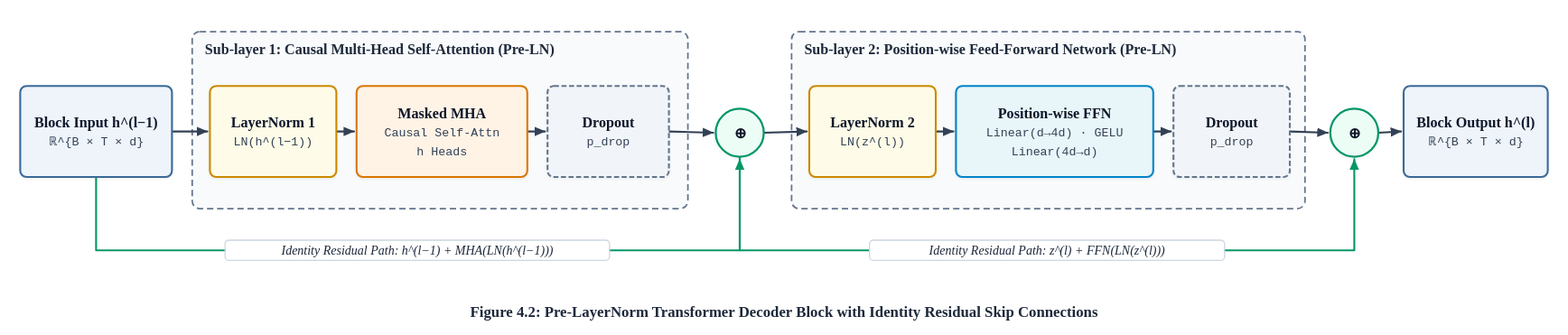
The draw.io diagram lectures/figures/chap4_transformer_decoder_block.drawio.svg in boslbosl/ai-specialist-26-language, before a commit. Source tidied: cells renumbered, new cells last; positions are measured from the earlier drawing's top-left corner, leaving out a move shared by most shapes.
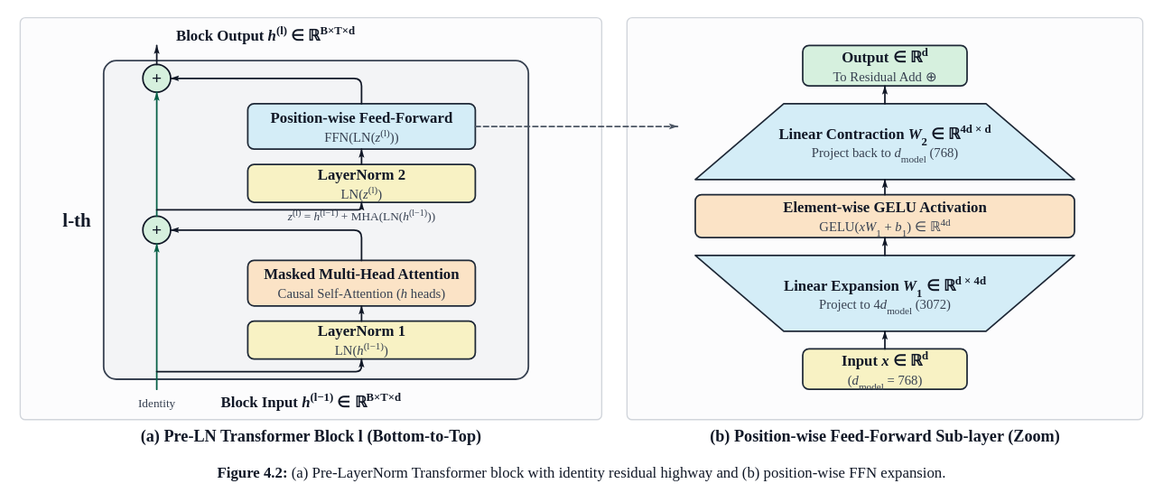
After the commit.

Diff of the diagram source:
```diff
@@ -1,88 +1,144 @@
-<mxGraphModel>
+<mxGraphModel math="1">
   <root>
     <mxCell id="0" />
     <mxCell id="1" parent="0" />
-    <mxCell id="2" value="Sub-layer 1: Causal Multi-Head Self-Attention (Pre-LN)" style="rounded=1;whiteSpace=wrap;html=1;fillColor=#f8fafc;strokeColor=#64748b;strokeWidth=1.2;dashed=1;dashPattern=5 3;verticalAlign=top;align=left;spacingLeft=10;spacingTop=6;fontFamily=Georgia;fontSize=11.5;fontStyle=1;fontColor=#1e293b;" parent="1" vertex="1">
-      <mxGeometry x="136" width="392" height="140" as="geometry" />
-    </mxCell>
-    <mxCell id="3" value="Sub-layer 2: Position-wise Feed-Forward Network (Pre-LN)" style="rounded=1;whiteSpace=wrap;html=1;fillColor=#f8fafc;strokeColor=#64748b;strokeWidth=1.2;dashed=1;dashPattern=5 3;verticalAlign=top;align=left;spacingLeft=10;spacingTop=6;fontFamily=Georgia;fontSize=11.5;fontStyle=1;fontColor=#1e293b;" parent="1" vertex="1">
-      <mxGeometry x="610" width="406" height="140" as="geometry" />
-    </mxCell>
-    <mxCell id="4" value="&lt;b&gt;Block Input h^(l−1)&lt;/b&gt;&lt;br/&gt;&lt;font style='font-size:10px;color:#334155'&gt;ℝ^{B × T × d}&lt;/font&gt;" style="rounded=1;arcSize=8;whiteSpace=wrap;html=1;fillColor=#eef4fa;strokeColor=#3b6998;strokeWidth=1.5;fontFamily=Georgia;fontSize=11;fontColor=#0f172a;" parent="1" vertex="1">
-      <mxGeometry y="43" width="120" height="72" as="geometry" />
-    </mxCell>
-    <mxCell id="5" value="&lt;b&gt;LayerNorm 1&lt;/b&gt;&lt;br/&gt;&lt;font style='font-size:10px;color:#334155'&gt;LN(h^(l−1))&lt;/font&gt;" style="rounded=1;arcSize=8;whiteSpace=wrap;html=1;fillColor=#fefce8;strokeColor=#ca8a04;strokeWidth=1.5;fontFamily=Georgia;fontSize=11;fontColor=#0f172a;" parent="1" vertex="1">
-      <mxGeometry x="150" y="43" width="100" height="72" as="geometry" />
-    </mxCell>
-    <mxCell id="6" value="&lt;b&gt;Masked MHA&lt;/b&gt;&lt;br/&gt;&lt;font style='font-size:10px;color:#334155'&gt;Causal Self-Attn&lt;/font&gt;&lt;br/&gt;&lt;font style='font-size:10px;color:#334155'&gt;h Heads&lt;/font&gt;" style="rounded=1;arcSize=8;whiteSpace=wrap;html=1;fillColor=#fff3e6;strokeColor=#d97706;strokeWidth=1.5;fontFamily=Georgia;fontSize=11;fontColor=#0f172a;" parent="1" vertex="1">
-      <mxGeometry x="266" y="43" width="135" height="72" as="geometry" />
-    </mxCell>
-    <mxCell id="7" value="&lt;b&gt;Dropout&lt;/b&gt;&lt;br/&gt;&lt;font style='font-size:10px;color:#475569'&gt;p_drop&lt;/font&gt;" style="rounded=1;arcSize=8;whiteSpace=wrap;html=1;dashed=1;dashPattern=4 2;fillColor=#f1f5f9;strokeColor=#64748b;strokeWidth=1.5;fontFamily=Georgia;fontSize=11;fontColor=#334155;" parent="1" vertex="1">
-      <mxGeometry x="417" y="43" width="96" height="72" as="geometry" />
-    </mxCell>
-    <mxCell id="8" value="&lt;b&gt;⊕&lt;/b&gt;" style="ellipse;whiteSpace=wrap;html=1;fillColor=#ecfdf5;strokeColor=#059669;strokeWidth=1.6;fontFamily=Georgia;fontSize=13;fontStyle=1;fontColor=#0f172a;" parent="1" vertex="1">
-      <mxGeometry x="550" y="61" width="38" height="38" as="geometry" />
-    </mxCell>
-    <mxCell id="9" value="&lt;b&gt;LayerNorm 2&lt;/b&gt;&lt;br/&gt;&lt;font style='font-size:10px;color:#334155'&gt;LN(z^(l))&lt;/font&gt;" style="rounded=1;arcSize=8;whiteSpace=wrap;html=1;fillColor=#fefce8;strokeColor=#ca8a04;strokeWidth=1.5;fontFamily=Georgia;fontSize=11;fontColor=#0f172a;" parent="1" vertex="1">
-      <mxGeometry x="624" y="43" width="100" height="72" as="geometry" />
-    </mxCell>
-    <mxCell id="10" value="&lt;b&gt;Position-wise FFN&lt;/b&gt;&lt;br/&gt;&lt;font style='font-size:10px;color:#334155'&gt;Linear(d→4d) · GELU&lt;/font&gt;&lt;br/&gt;&lt;font style='font-size:10px;color:#334155'&gt;Linear(4d→d)&lt;/font&gt;" style="rounded=1;arcSize=8;whiteSpace=wrap;html=1;fillColor=#e8f6f9;strokeColor=#0284c7;strokeWidth=1.5;fontFamily=Georgia;fontSize=11;fontColor=#0f172a;" parent="1" vertex="1">
-      <mxGeometry x="740" y="43" width="156" height="72" as="geometry" />
-    </mxCell>
-    <mxCell id="11" value="&lt;b&gt;Dropout&lt;/b&gt;&lt;br/&gt;&lt;font style='font-size:10px;color:#475569'&gt;p_drop&lt;/font&gt;" style="rounded=1;arcSize=8;whiteSpace=wrap;html=1;dashed=1;dashPattern=4 2;fillColor=#f1f5f9;strokeColor=#64748b;strokeWidth=1.5;fontFamily=Georgia;fontSize=11;fontColor=#334155;" parent="1" vertex="1">
-      <mxGeometry x="912" y="43" width="92" height="72" as="geometry" />
-    </mxCell>
-    <mxCell id="12" value="&lt;b&gt;⊕&lt;/b&gt;" style="ellipse;whiteSpace=wrap;html=1;fillColor=#ecfdf5;strokeColor=#059669;strokeWidth=1.6;fontFamily=Georgia;fontSize=13;fontStyle=1;fontColor=#0f172a;" parent="1" vertex="1">
-      <mxGeometry x="1036" y="61" width="38" height="38" as="geometry" />
-    </mxCell>
-    <mxCell id="13" value="&lt;b&gt;Block Output h^(l)&lt;/b&gt;&lt;br/&gt;&lt;font style='font-size:10px;color:#334155'&gt;ℝ^{B × T × d}&lt;/font&gt;" style="rounded=1;arcSize=8;whiteSpace=wrap;html=1;fillColor=#eef4fa;strokeColor=#3b6998;strokeWidth=1.5;fontFamily=Georgia;fontSize=11;fontColor=#0f172a;" parent="1" vertex="1">
-      <mxGeometry x="1094" y="43" width="114" height="72" as="geometry" />
-    </mxCell>
-    <mxCell id="14" value="&lt;b&gt;Figure 4.2: Pre-LayerNorm Transformer Decoder Block with Identity Residual Skip Connections&lt;/b&gt;" style="text;html=1;align=center;verticalAlign=middle;fontFamily=Georgia;fontSize=12;fontColor=#334155;" parent="1" vertex="1">
-      <mxGeometry x="4" y="208" width="1200" height="24" as="geometry" />
-    </mxCell>
-    <mxCell id="15" style="edgeStyle=orthogonalEdgeStyle;rounded=1;jettySize=auto;html=1;exitX=1;exitY=0.5;exitDx=0;exitDy=0;entryX=0;entryY=0.5;entryDx=0;entryDy=0;strokeColor=#334155;strokeWidth=1.5;endArrow=block;endFill=1;fontFamily=Georgia;fontSize=10;fontColor=#1e293b;labelBackgroundColor=#ffffff;" parent="1" edge="1" source="4" target="5">
-      <mxGeometry relative="1" as="geometry" />
-    </mxCell>
-    <mxCell id="16" style="edgeStyle=orthogonalEdgeStyle;rounded=1;jettySize=auto;html=1;exitX=1;exitY=0.5;exitDx=0;exitDy=0;entryX=0;entryY=0.5;entryDx=0;entryDy=0;strokeColor=#334155;strokeWidth=1.5;endArrow=block;endFill=1;fontFamily=Georgia;fontSize=10;fontColor=#1e293b;labelBackgroundColor=#ffffff;" parent="1" edge="1" source="5" target="6">
-      <mxGeometry relative="1" as="geometry" />
-    </mxCell>
-    <mxCell id="17" style="edgeStyle=orthogonalEdgeStyle;rounded=1;jettySize=auto;html=1;exitX=1;exitY=0.5;exitDx=0;exitDy=0;entryX=0;entryY=0.5;entryDx=0;entryDy=0;strokeColor=#334155;strokeWidth=1.5;endArrow=block;endFill=1;fontFamily=Georgia;fontSize=10;fontColor=#1e293b;labelBackgroundColor=#ffffff;" parent="1" edge="1" source="6" target="7">
-      <mxGeometry relative="1" as="geometry" />
-    </mxCell>
-    <mxCell id="18" style="edgeStyle=orthogonalEdgeStyle;rounded=1;jettySize=auto;html=1;exitX=1;exitY=0.5;exitDx=0;exitDy=0;entryX=0;entryY=0.5;entryDx=0;entryDy=0;strokeColor=#334155;strokeWidth=1.5;endArrow=block;endFill=1;fontFamily=Georgia;fontSize=10;fontColor=#1e293b;labelBackgroundColor=#ffffff;" parent="1" edge="1" source="7" target="8">
-      <mxGeometry relative="1" as="geometry" />
-    </mxCell>
-    <mxCell id="19" value="Identity Residual Path: h^(l−1) + MHA(LN(h^(l−1)))" style="edgeStyle=orthogonalEdgeStyle;rounded=1;jettySize=auto;html=1;exitX=0.5;exitY=1;exitDx=0;exitDy=0;entryX=0.5;entryY=1;entryDx=0;entryDy=0;strokeColor=#059669;strokeWidth=1.5;endArrow=block;endFill=1;fontFamily=Georgia;fontSize=10;fontColor=#1e293b;labelBackgroundColor=#ffffff;" parent="1" edge="1" source="4" target="8">
-      <mxGeometry relative="1" as="geometry">
-        <Array as="points">
-          <mxPoint x="60" y="173" />
-          <mxPoint x="569" y="173" />
-        </Array>
-      </mxGeometry>
-    </mxCell>
-    <mxCell id="20" style="edgeStyle=orthogonalEdgeStyle;rounded=1;jettySize=auto;html=1;exitX=1;exitY=0.5;exitDx=0;exitDy=0;entryX=0;entryY=0.5;entryDx=0;entryDy=0;strokeColor=#334155;strokeWidth=1.5;endArrow=block;endFill=1;fontFamily=Georgia;fontSize=10;fontColor=#1e293b;labelBackgroundColor=#ffffff;" parent="1" edge="1" source="8" target="9">
-      <mxGeometry relative="1" as="geometry" />
-    </mxCell>
-    <mxCell id="21" style="edgeStyle=orthogonalEdgeStyle;rounded=1;jettySize=auto;html=1;exitX=1;exitY=0.5;exitDx=0;exitDy=0;entryX=0;entryY=0.5;entryDx=0;entryDy=0;strokeColor=#334155;strokeWidth=1.5;endArrow=block;endFill=1;fontFamily=Georgia;fontSize=10;fontColor=#1e293b;labelBackgroundColor=#ffffff;" parent="1" edge="1" source="9" target="10">
-      <mxGeometry relative="1" as="geometry" />
-    </mxCell>
-    <mxCell id="22" style="edgeStyle=orthogonalEdgeStyle;rounded=1;jettySize=auto;html=1;exitX=1;exitY=0.5;exitDx=0;exitDy=0;entryX=0;entryY=0.5;entryDx=0;entryDy=0;strokeColor=#334155;strokeWidth=1.5;endArrow=block;endFill=1;fontFamily=Georgia;fontSize=10;fontColor=#1e293b;labelBackgroundColor=#ffffff;" parent="1" edge="1" source="10" target="11">
-      <mxGeometry relative="1" as="geometry" />
-    </mxCell>
-    <mxCell id="23" style="edgeStyle=orthogonalEdgeStyle;rounded=1;jettySize=auto;html=1;exitX=1;exitY=0.5;exitDx=0;exitDy=0;entryX=0;entryY=0.5;entryDx=0;entryDy=0;strokeColor=#334155;strokeWidth=1.5;endArrow=block;endFill=1;fontFamily=Georgia;fontSize=10;fontColor=#1e293b;labelBackgroundColor=#ffffff;" parent="1" edge="1" source="11" target="12">
-      <mxGeometry relative="1" as="geometry" />
-    </mxCell>
-    <mxCell id="24" value="Identity Residual Path: z^(l) + FFN(LN(z^(l)))" style="edgeStyle=orthogonalEdgeStyle;rounded=1;jettySize=auto;html=1;exitX=0.5;exitY=1;exitDx=0;exitDy=0;entryX=0.5;entryY=1;entryDx=0;entryDy=0;strokeColor=#059669;strokeWidth=1.5;endArrow=block;endFill=1;fontFamily=Georgia;fontSize=10;fontColor=#1e293b;labelBackgroundColor=#ffffff;" parent="1" edge="1" source="8" target="12">
-      <mxGeometry relative="1" as="geometry">
-        <Array as="points">
-          <mxPoint x="569" y="173" />
-          <mxPoint x="1055" y="173" />
-        </Array>
-      </mxGeometry>
-    </mxCell>
-    <mxCell id="25" style="edgeStyle=orthogonalEdgeStyle;rounded=1;jettySize=auto;html=1;exitX=1;exitY=0.5;exitDx=0;exitDy=0;entryX=0;entryY=0.5;entryDx=0;entryDy=0;strokeColor=#334155;strokeWidth=1.5;endArrow=block;endFill=1;fontFamily=Georgia;fontSize=10;fontColor=#1e293b;labelBackgroundColor=#ffffff;" parent="1" edge="1" source="12" target="13">
-      <mxGeometry relative="1" as="geometry" />
-    </mxCell>
+    <mxCell id="26" value="&lt;b&gt;(a) Pre-LN Transformer Block l (Bottom-to-Top)&lt;/b&gt;" style="rounded=1;arcSize=4;whiteSpace=wrap;html=1;fillColor=#fcfcfd;strokeColor=#d1d5db;verticalAlign=bottom;align=center;spacingBottom=4;fontFamily=Times New Roman;fontSize=12;" parent="1" vertex="1">
+      <mxGeometry y="-11" width="460" height="318" as="geometry" />
+    </mxCell>
+    <mxCell id="27" value="&lt;b&gt;(b) Position-wise Feed-Forward Sub-layer (Zoom)&lt;/b&gt;" style="rounded=1;arcSize=4;whiteSpace=wrap;html=1;fillColor=#fcfcfd;strokeColor=#d1d5db;verticalAlign=bottom;align=center;spacingBottom=4;fontFamily=Times New Roman;fontSize=12;" parent="1" vertex="1">
+      <mxGeometry x="480" y="-11" width="408" height="318" as="geometry" />
+    </mxCell>
+    <mxCell id="28" value="&lt;b&gt;l-th&lt;/b&gt;" style="rounded=1;arcSize=8;whiteSpace=wrap;html=1;fillColor=#f3f4f6;strokeColor=#374151;strokeWidth=1.3;" parent="1" vertex="1">
+      <mxGeometry x="66" y="23" width="336" height="252" as="geometry" />
+    </mxCell>
+    <mxCell id="29" value="LayerNorm 1" style="rounded=1;arcSize=10;whiteSpace=wrap;html=1;fillColor=#f8f2c4;strokeColor=#1f2937;strokeWidth=1.25;fontFamily=Times New Roman;fontSize=12;fontColor=#111827;" parent="1" vertex="1">
+      <mxGeometry x="180" y="229" width="180" height="30" as="geometry" />
+    </mxCell>
+    <mxCell id="30" value="Masked Multi-Head Attention" style="rounded=1;arcSize=10;whiteSpace=wrap;html=1;fillColor=#fbe3c6;strokeColor=#1f2937;strokeWidth=1.25;fontFamily=Times New Roman;fontSize=12;fontColor=#111827;" parent="1" vertex="1">
+      <mxGeometry x="180" y="181" width="180" height="36" as="geometry" />
+    </mxCell>
+    <mxCell id="31" value="+" style="ellipse;whiteSpace=wrap;html=1;fillColor=#d6f0de;strokeColor=#111827;strokeWidth=1.25;" parent="1" vertex="1">
+      <mxGeometry x="97" y="146" width="22" height="22" as="geometry" />
+    </mxCell>
+    <mxCell id="32" value="LayerNorm 2" style="rounded=1;arcSize=10;whiteSpace=wrap;html=1;fillColor=#f8f2c4;strokeColor=#1f2937;strokeWidth=1.25;fontFamily=Times New Roman;fontSize=12;fontColor=#111827;" parent="1" vertex="1">
+      <mxGeometry x="180" y="105" width="180" height="30" as="geometry" />
+    </mxCell>
+    <mxCell id="33" value="Position-wise Feed-Forward" style="rounded=1;arcSize=10;whiteSpace=wrap;html=1;fillColor=#d4edf7;strokeColor=#1f2937;strokeWidth=1.25;fontFamily=Times New Roman;fontSize=12;fontColor=#111827;" parent="1" vertex="1">
+      <mxGeometry x="180" y="57" width="180" height="36" as="geometry" />
+    </mxCell>
+    <mxCell id="34" value="+" style="ellipse;whiteSpace=wrap;html=1;fillColor=#d6f0de;strokeColor=#111827;strokeWidth=1.25;" parent="1" vertex="1">
+      <mxGeometry x="97" y="26" width="22" height="22" as="geometry" />
+    </mxCell>
+    <mxCell id="35" style="edgeStyle=orthogonalEdgeStyle;rounded=1;html=1;strokeColor=#065f46;strokeWidth=1.25;endArrow=classic;endFill=1;" parent="1" edge="1">
+      <mxGeometry relative="1" as="geometry">
+        <mxPoint x="108" y="283" as="sourcePoint" />
+        <mxPoint x="108" y="168" as="targetPoint" />
+      </mxGeometry>
+    </mxCell>
+    <mxCell id="36" style="edgeStyle=orthogonalEdgeStyle;rounded=1;html=1;strokeColor=#111827;strokeWidth=1.25;endArrow=classic;endFill=1;" parent="1" edge="1">
+      <mxGeometry relative="1" as="geometry">
+        <mxPoint x="108" y="269" as="sourcePoint" />
+        <mxPoint x="270" y="259" as="targetPoint" />
+        <Array as="points">
+          <mxPoint x="270" y="269" />
+        </Array>
+      </mxGeometry>
+    </mxCell>
+    <mxCell id="37" style="edgeStyle=orthogonalEdgeStyle;rounded=1;html=1;strokeColor=#111827;strokeWidth=1.25;endArrow=classic;endFill=1;" parent="1" edge="1">
+      <mxGeometry relative="1" as="geometry">
+        <mxPoint x="270" y="229" as="sourcePoint" />
+        <mxPoint x="270" y="217" as="targetPoint" />
+      </mxGeometry>
+    </mxCell>
+    <mxCell id="38" style="edgeStyle=orthogonalEdgeStyle;rounded=1;html=1;strokeColor=#111827;strokeWidth=1.25;endArrow=classic;endFill=1;" parent="1" edge="1">
+      <mxGeometry relative="1" as="geometry">
+        <mxPoint x="270" y="181" as="sourcePoint" />
+        <mxPoint x="119" y="157" as="targetPoint" />
+        <Array as="points">
+          <mxPoint x="270" y="157" />
+        </Array>
+      </mxGeometry>
+    </mxCell>
+    <mxCell id="39" style="edgeStyle=orthogonalEdgeStyle;rounded=1;html=1;strokeColor=#065f46;strokeWidth=1.25;endArrow=classic;endFill=1;" parent="1" edge="1">
+      <mxGeometry relative="1" as="geometry">
+        <mxPoint x="108" y="146" as="sourcePoint" />
+        <mxPoint x="108" y="48" as="targetPoint" />
+      </mxGeometry>
+    </mxCell>
+    <mxCell id="40" style="edgeStyle=orthogonalEdgeStyle;rounded=1;html=1;strokeColor=#111827;strokeWidth=1.25;endArrow=classic;endFill=1;" parent="1" edge="1">
+      <mxGeometry relative="1" as="geometry">
+        <mxPoint x="108" y="141" as="sourcePoint" />
+        <mxPoint x="270" y="135" as="targetPoint" />
+        <Array as="points">
+          <mxPoint x="270" y="141" />
+        </Array>
+      </mxGeometry>
+    </mxCell>
+    <mxCell id="41" style="edgeStyle=orthogonalEdgeStyle;rounded=1;html=1;strokeColor=#111827;strokeWidth=1.25;endArrow=classic;endFill=1;" parent="1" edge="1">
+      <mxGeometry relative="1" as="geometry">
+        <mxPoint x="270" y="105" as="sourcePoint" />
+        <mxPoint x="270" y="93" as="targetPoint" />
+      </mxGeometry>
+    </mxCell>
+    <mxCell id="42" style="edgeStyle=orthogonalEdgeStyle;rounded=1;html=1;strokeColor=#111827;strokeWidth=1.25;endArrow=classic;endFill=1;" parent="1" edge="1">
+      <mxGeometry relative="1" as="geometry">
+        <mxPoint x="270" y="57" as="sourcePoint" />
+        <mxPoint x="119" y="37" as="targetPoint" />
+        <Array as="points">
+          <mxPoint x="270" y="37" />
+        </Array>
+      </mxGeometry>
+    </mxCell>
+    <mxCell id="43" style="edgeStyle=orthogonalEdgeStyle;rounded=1;html=1;strokeColor=#111827;strokeWidth=1.25;endArrow=classic;endFill=1;" parent="1" edge="1">
+      <mxGeometry relative="1" as="geometry">
+        <mxPoint x="108" y="26" as="sourcePoint" />
+        <mxPoint x="108" y="11" as="targetPoint" />
+      </mxGeometry>
+    </mxCell>
+    <mxCell id="44" style="edgeStyle=orthogonalEdgeStyle;rounded=1;html=1;dashed=1;dashPattern=4 2;strokeColor=#4b5563;strokeWidth=1.25;endArrow=classic;endFill=1;" parent="1" edge="1">
+      <mxGeometry relative="1" as="geometry">
+        <mxPoint x="360" y="75" as="sourcePoint" />
+        <mxPoint x="520" y="75" as="targetPoint" />
+      </mxGeometry>
+    </mxCell>
+    <mxCell id="45" value="Input &lt;tspan class=&quot;it&quot;&gt;x&lt;/tspan&gt; ∈ ℝ&lt;tspan class=&quot;sup&quot;&gt;d&lt;/tspan&gt;" style="rounded=1;arcSize=10;whiteSpace=wrap;html=1;fillColor=#f8f2c4;strokeColor=#1f2937;strokeWidth=1.25;fontFamily=Times New Roman;fontSize=12;fontColor=#111827;" parent="1" vertex="1">
+      <mxGeometry x="619" y="251" width="130" height="32" as="geometry" />
+    </mxCell>
+    <mxCell id="46" value="Linear W1 (d -&gt; 4d)" style="shape=trapezoid;perimeter=trapezoidPerimeter;whiteSpace=wrap;html=1;fillColor=#d4edf7;strokeColor=#1f2937;strokeWidth=1.25;fontFamily=Times New Roman;fontSize=12;" parent="1" vertex="1">
+      <mxGeometry x="534" y="177" width="300" height="60" as="geometry" />
+    </mxCell>
+    <mxCell id="47" value="Element-wise GELU Activation" style="rounded=1;arcSize=10;whiteSpace=wrap;html=1;fillColor=#fbe3c6;strokeColor=#1f2937;strokeWidth=1.25;fontFamily=Times New Roman;fontSize=12;fontColor=#111827;" parent="1" vertex="1">
+      <mxGeometry x="534" y="129" width="300" height="34" as="geometry" />
+    </mxCell>
+    <mxCell id="48" value="Linear W2 (4d -&gt; d)" style="shape=trapezoid;perimeter=trapezoidPerimeter;whiteSpace=wrap;html=1;fillColor=#d4edf7;strokeColor=#1f2937;strokeWidth=1.25;fontFamily=Times New Roman;fontSize=12;" parent="1" vertex="1">
+      <mxGeometry x="534" y="57" width="300" height="60" as="geometry" />
+    </mxCell>
+    <mxCell id="49" value="Output ∈ ℝ&lt;tspan class=&quot;sup&quot;&gt;d&lt;/tspan&gt;" style="rounded=1;arcSize=10;whiteSpace=wrap;html=1;fillColor=#d6f0de;strokeColor=#1f2937;strokeWidth=1.25;fontFamily=Times New Roman;fontSize=12;fontColor=#111827;" parent="1" vertex="1">
+      <mxGeometry x="619" y="11" width="130" height="32" as="geometry" />
+    </mxCell>
+    <mxCell id="50" style="edgeStyle=orthogonalEdgeStyle;rounded=1;html=1;strokeColor=#111827;strokeWidth=1.25;endArrow=classic;endFill=1;" parent="1" edge="1">
+      <mxGeometry relative="1" as="geometry">
+        <mxPoint x="684" y="251" as="sourcePoint" />
+        <mxPoint x="684" y="237" as="targetPoint" />
+      </mxGeometry>
+    </mxCell>
+    <mxCell id="51" style="edgeStyle=orthogonalEdgeStyle;rounded=1;html=1;strokeColor=#111827;strokeWidth=1.25;endArrow=classic;endFill=1;" parent="1" edge="1">
+      <mxGeometry relative="1" as="geometry">
+        <mxPoint x="684" y="177" as="sourcePoint" />
+        <mxPoint x="684" y="163" as="targetPoint" />
+      </mxGeometry>
+    </mxCell>
+    <mxCell id="52" style="edgeStyle=orthogonalEdgeStyle;rounded=1;html=1;strokeColor=#111827;strokeWidth=1.25;endArrow=classic;endFill=1;" parent="1" edge="1">
+      <mxGeometry relative="1" as="geometry">
+        <mxPoint x="684" y="129" as="sourcePoint" />
+        <mxPoint x="684" y="117" as="targetPoint" />
+      </mxGeometry>
+    </mxCell>
+    <mxCell id="53" style="edgeStyle=orthogonalEdgeStyle;rounded=1;html=1;strokeColor=#111827;strokeWidth=1.25;endArrow=classic;endFill=1;" parent="1" edge="1">
+      <mxGeometry relative="1" as="geometry">
+        <mxPoint x="684" y="57" as="sourcePoint" />
+        <mxPoint x="684" y="43" as="targetPoint" />
+      </mxGeometry>
+    </mxCell>
   </root>
 </mxGraphModel>
```
